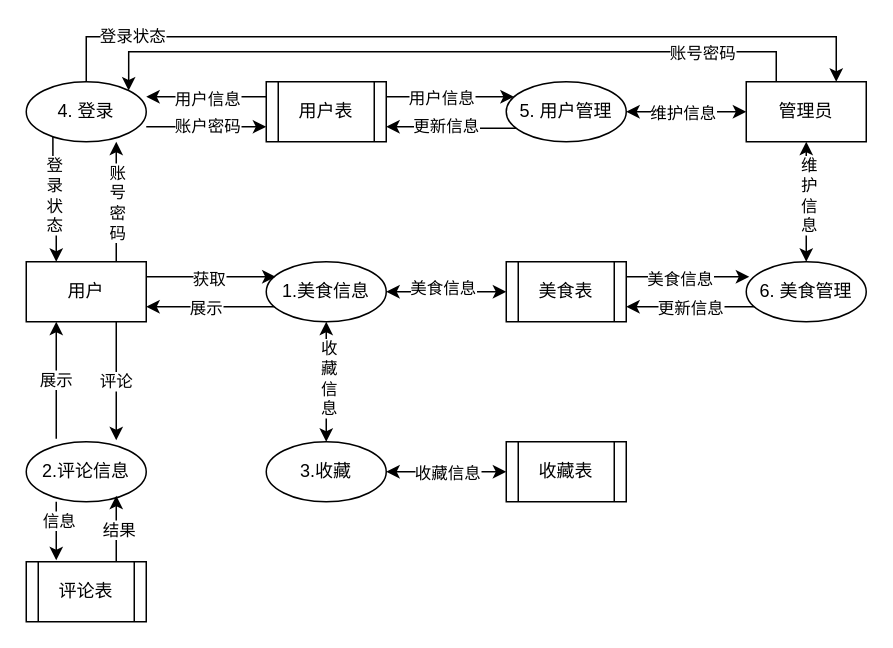
Earlier version of the draw.io diagram food_data_flow.drawio (asharca/drawio). Source tidied: cells renumbered, new cells numbered last; positions are measured from the earlier drawing's top-left corner, leaving out a move shared by most shapes. Both pictures are drawn from the tidied source at 150%, with x=0, y=0 at pixel (26, 36).
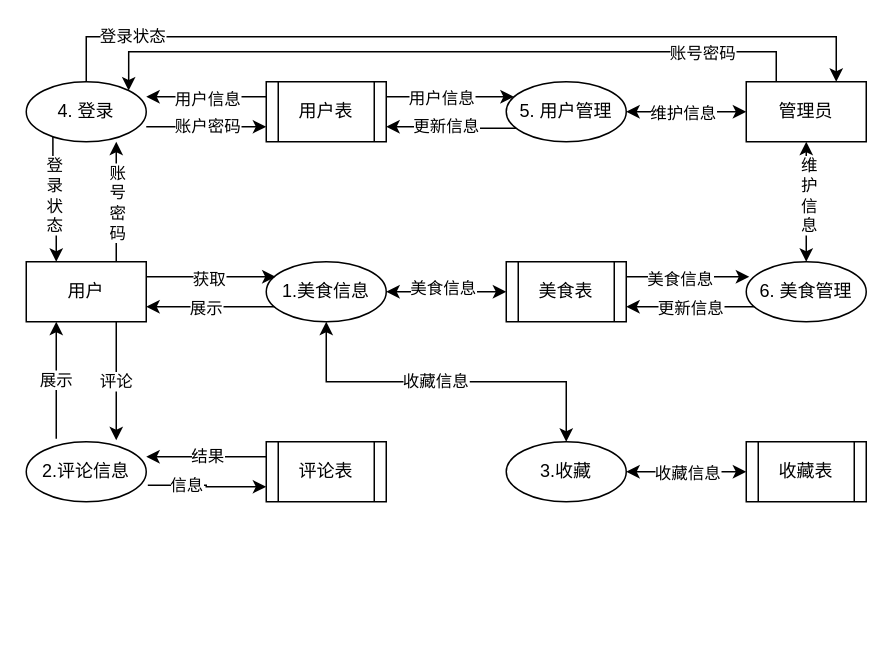
The same diagram, later.

Unchanged cells that the change refers to:
```xml
<mxCell id="4" value="1.美食信息" style="ellipse;whiteSpace=wrap;html=1;" parent="1" vertex="1">
  <mxGeometry x="160" y="150" width="80" height="40" as="geometry" />
</mxCell>
<mxCell id="6" value="2.评论信息" style="ellipse;whiteSpace=wrap;html=1;" parent="1" vertex="1">
  <mxGeometry y="270" width="80" height="40" as="geometry" />
</mxCell>
```

Diff of the diagram source:
```diff
@@
     <mxCell id="7" value="3.收藏" style="ellipse;whiteSpace=wrap;html=1;" parent="1" vertex="1">
-      <mxGeometry x="160" y="270" width="80" height="40" as="geometry" />
+      <mxGeometry x="320" y="270" width="80" height="40" as="geometry" />
     </mxCell>
@@
     <mxCell id="10" value="收藏表" style="shape=process;whiteSpace=wrap;html=1;backgroundOutline=1;" parent="1" vertex="1">
-      <mxGeometry x="320" y="270" width="80" height="40" as="geometry" />
+      <mxGeometry x="480" y="270" width="80" height="40" as="geometry" />
     </mxCell>
@@
     <mxCell id="12" value="评论表" style="shape=process;whiteSpace=wrap;html=1;backgroundOutline=1;" parent="1" vertex="1">
-      <mxGeometry y="350" width="80" height="40" as="geometry" />
+      <mxGeometry x="160" y="270" width="80" height="40" as="geometry" />
     </mxCell>
@@
     <mxCell id="32" style="endArrow=classic;startArrow=classic;html=1;rounded=0;exitX=0.5;exitY=0;exitDx=0;exitDy=0;entryX=0.5;entryY=1;entryDx=0;entryDy=0;" parent="1" edge="1" source="7" target="4">
-      <mxGeometry relative="1" as="geometry" />
+      <mxGeometry relative="1" as="geometry">
+        <Array as="points">
+          <mxPoint x="360" y="230" />
+          <mxPoint x="200" y="230" />
+        </Array>
+      </mxGeometry>
     </mxCell>
-    <mxCell id="33" value="收&lt;div&gt;藏&lt;/div&gt;&lt;div&gt;信&lt;/div&gt;&lt;div&gt;息&lt;/div&gt;" style="edgeLabel;html=1;align=center;verticalAlign=middle;" parent="32" vertex="1">
+    <mxCell id="33" value="收&lt;span style=&quot;background-color: light-dark(#ffffff, var(--ge-dark-color, #121212)); color: light-dark(rgb(0, 0, 0), rgb(255, 255, 255));&quot;&gt;藏&lt;/span&gt;&lt;span style=&quot;background-color: light-dark(#ffffff, var(--ge-dark-color, #121212)); color: light-dark(rgb(0, 0, 0), rgb(255, 255, 255));&quot;&gt;信&lt;/span&gt;&lt;span style=&quot;background-color: light-dark(#ffffff, var(--ge-dark-color, #121212)); color: light-dark(rgb(0, 0, 0), rgb(255, 255, 255));&quot;&gt;息&lt;/span&gt;" style="edgeLabel;html=1;align=center;verticalAlign=middle;" parent="32" vertex="1">
       <mxGeometry x="0.07" y="-1" relative="1" as="geometry" />
     </mxCell>
-    <mxCell id="34" style="edgeStyle=orthogonalEdgeStyle;rounded=0;jettySize=auto;html=1;exitX=0.75;exitY=0;exitDx=0;exitDy=0;entryX=0.75;entryY=0.9;entryDx=0;entryDy=0;entryPerimeter=0;" parent="1" edge="1" source="12" target="6">
+    <mxCell id="34" style="edgeStyle=orthogonalEdgeStyle;rounded=0;jettySize=auto;html=1;exitX=0;exitY=0.25;exitDx=0;exitDy=0;entryX=1;entryY=0.25;entryDx=0;entryDy=0;entryPerimeter=0;" parent="1" edge="1" source="12" target="6">
       <mxGeometry relative="1" as="geometry" />
     </mxCell>
@@
-    <mxCell id="36" style="edgeStyle=orthogonalEdgeStyle;rounded=0;orthogonalLoop=1;jettySize=auto;html=1;" parent="1" edge="1">
-      <mxGeometry relative="1" as="geometry">
-        <mxPoint x="20" y="310" as="sourcePoint" />
-        <mxPoint x="20" y="349" as="targetPoint" />
-      </mxGeometry>
+    <mxCell id="36" style="edgeStyle=orthogonalEdgeStyle;rounded=0;jettySize=auto;html=1;entryX=0;entryY=0.75;entryDx=0;entryDy=0;exitX=1.013;exitY=0.725;exitDx=0;exitDy=0;exitPerimeter=0;" parent="1" edge="1" source="6" target="12">
+      <mxGeometry relative="1" as="geometry" />
     </mxCell>
```
